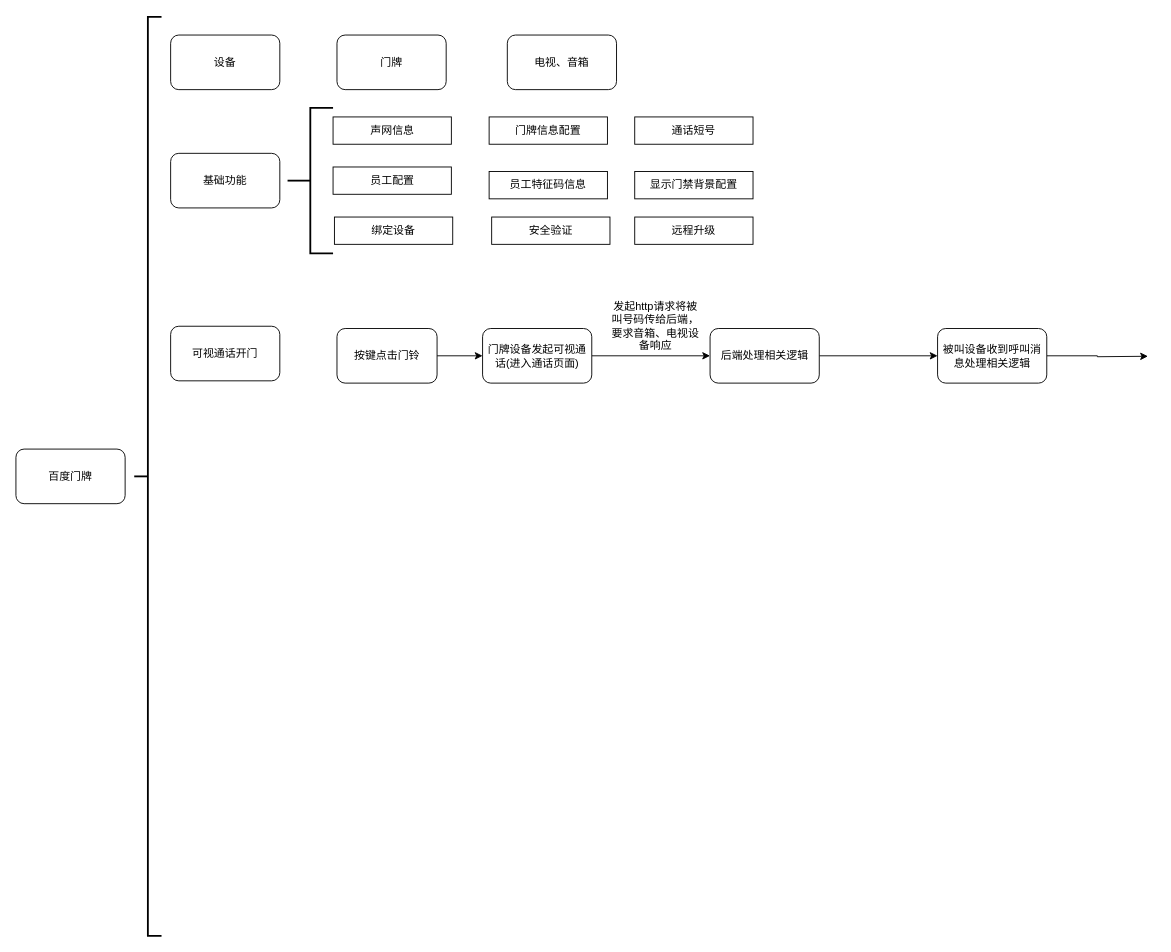
Above: xzzh/门牌流程.drawio in daniel-7d/draw (draw.io), before the change. Source tidied: cells renumbered, new cells numbered last; positions are measured from the earlier drawing's top-left corner, leaving out a move shared by most shapes. Both pictures are drawn from the tidied source at 91%, with x=0, y=0 at pixel (15, 16).
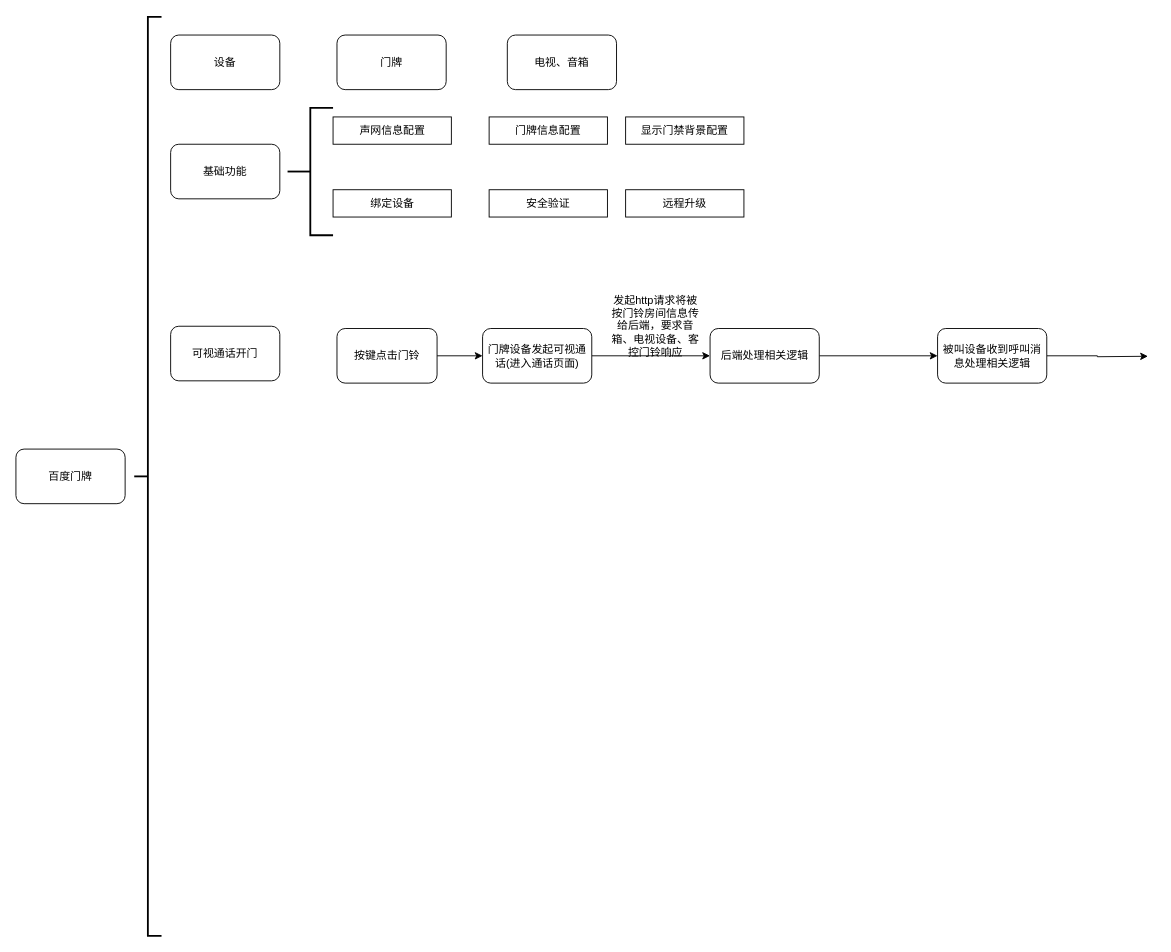
The same page after the edit.

Commit message (it also covers changes not shown here):
更新门牌流程.drawio

What changed in the source:
```diff
@@
     <mxCell id="4" value="基础功能" style="rounded=1;whiteSpace=wrap;html=1;" parent="1" vertex="1">
-      <mxGeometry x="170" y="150" width="120" height="60" as="geometry" />
+      <mxGeometry x="170" y="140" width="120" height="60" as="geometry" />
     </mxCell>
     <mxCell id="5" style="strokeWidth=2;html=1;shape=mxgraph.flowchart.annotation_2;align=left;labelPosition=right;" parent="1" vertex="1">
-      <mxGeometry x="298.5" y="100" width="50" height="160" as="geometry" />
+      <mxGeometry x="298.5" y="100" width="50" height="140" as="geometry" />
     </mxCell>
-    <mxCell id="6" value="声网信息" style="rounded=0;whiteSpace=wrap;html=1;" parent="1" vertex="1">
+    <mxCell id="6" value="声网信息配置" style="rounded=0;whiteSpace=wrap;html=1;" parent="1" vertex="1">
       <mxGeometry x="348.5" y="110" width="130" height="30" as="geometry" />
     </mxCell>
@@
-    <mxCell id="8" value="员工配置" style="rounded=0;whiteSpace=wrap;html=1;" parent="1" vertex="1">
-      <mxGeometry x="348.5" y="165" width="130" height="30" as="geometry" />
-    </mxCell>
-    <mxCell id="9" value="员工特征码信息" style="rounded=0;whiteSpace=wrap;html=1;" parent="1" vertex="1">
-      <mxGeometry x="520" y="170" width="130" height="30" as="geometry" />
-    </mxCell>
     <mxCell id="10" value="显示门禁背景配置" style="rounded=0;whiteSpace=wrap;html=1;" parent="1" vertex="1">
-      <mxGeometry x="680" y="170" width="130" height="30" as="geometry" />
+      <mxGeometry x="670" y="110" width="130" height="30" as="geometry" />
     </mxCell>
     <mxCell id="11" value="绑定设备" style="rounded=0;whiteSpace=wrap;html=1;" parent="1" vertex="1">
-      <mxGeometry x="350" y="220" width="130" height="30" as="geometry" />
+      <mxGeometry x="348.5" y="190" width="130" height="30" as="geometry" />
     </mxCell>
@@
-    <mxCell id="16" value="通话短号" style="rounded=0;whiteSpace=wrap;html=1;" parent="1" vertex="1">
-      <mxGeometry x="680" y="110" width="130" height="30" as="geometry" />
-    </mxCell>
@@
-    <mxCell id="25" value="发起http请求将被叫号码传给后端，要求音箱、电视设备响应" style="text;html=1;strokeColor=none;fillColor=none;align=center;verticalAlign=middle;whiteSpace=wrap;rounded=0;" parent="1" vertex="1">
+    <mxCell id="25" value="发起http请求将被按门铃房间信息传给后端，要求音箱、电视设备、客控门铃响应" style="text;html=1;strokeColor=none;fillColor=none;align=center;verticalAlign=middle;whiteSpace=wrap;rounded=0;" parent="1" vertex="1">
       <mxGeometry x="652.8" y="312.5" width="100" height="55" as="geometry" />
     </mxCell>
     <mxCell id="26" value="安全验证" style="rounded=0;whiteSpace=wrap;html=1;" parent="1" vertex="1">
-      <mxGeometry x="522.8" y="220" width="130" height="30" as="geometry" />
+      <mxGeometry x="520" y="190" width="130" height="30" as="geometry" />
     </mxCell>
     <mxCell id="27" value="远程升级" style="rounded=0;whiteSpace=wrap;html=1;" parent="1" vertex="1">
-      <mxGeometry x="680" y="220" width="130" height="30" as="geometry" />
+      <mxGeometry x="670" y="190" width="130" height="30" as="geometry" />
     </mxCell>
```
